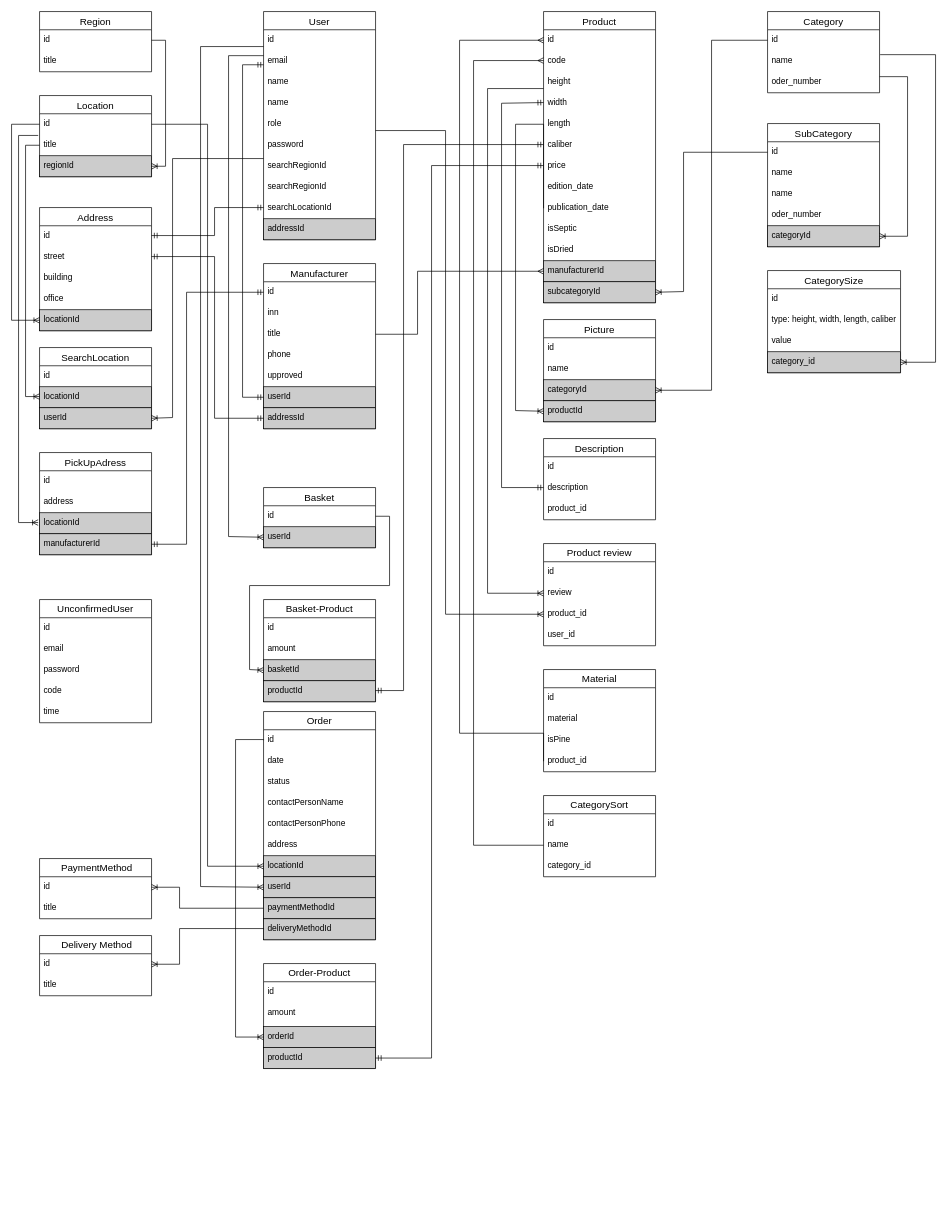
The draw.io diagram lesopilka.drawio in alexeyk500/lesopilka_backend, before the edit. Source tidied: cells renumbered, new cells numbered last; positions are measured from the earlier drawing's top-left corner, leaving out a move shared by most shapes. Both pictures are drawn from the tidied source at 70%, with x=0, y=0 at pixel (11, 11).
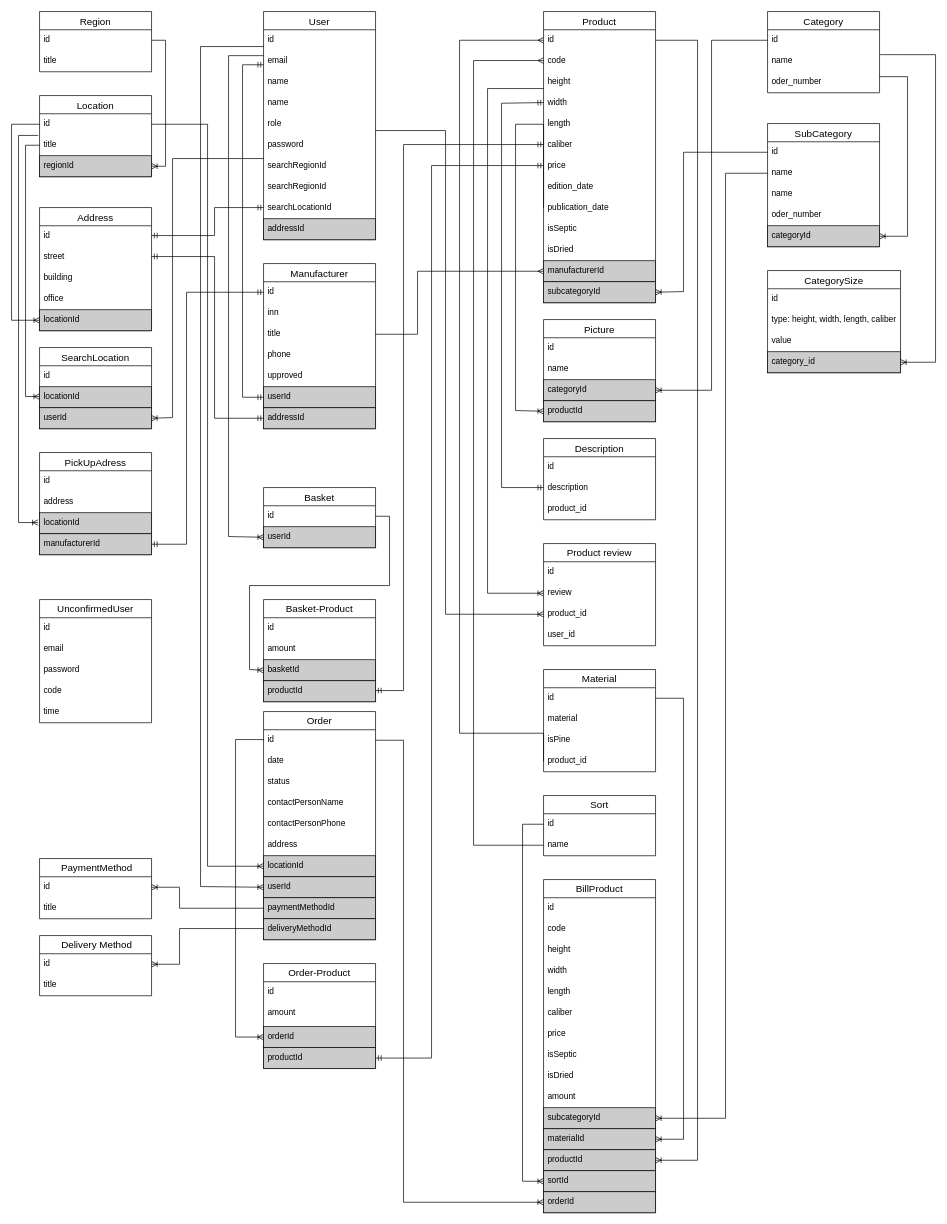
Above is the later version.

Commit message (it also covers changes not shown here):
add deliveryPrice to Order

The change refers to these unchanged cells:
```xml
<mxCell id="31" value="id" style="text;strokeColor=none;fillColor=none;spacingLeft=4;spacingRight=4;overflow=hidden;points=[[0,0.5],[1,0.5]];portConstraint=eastwest;fontSize=12;" parent="30" vertex="1">
  <mxGeometry y="26" width="160" height="30" as="geometry" />
</mxCell>
<mxCell id="51" value="name" style="text;strokeColor=none;fillColor=none;spacingLeft=4;spacingRight=4;overflow=hidden;points=[[0,0.5],[1,0.5]];portConstraint=eastwest;fontSize=12;" parent="49" vertex="1">
  <mxGeometry y="56" width="160" height="30" as="geometry" />
</mxCell>
<mxCell id="81" value="id" style="text;strokeColor=none;fillColor=none;spacingLeft=4;spacingRight=4;overflow=hidden;points=[[0,0.5],[1,0.5]];portConstraint=eastwest;fontSize=12;" parent="80" vertex="1">
  <mxGeometry y="26" width="160" height="30" as="geometry" />
</mxCell>
<mxCell id="96" value="id" style="text;strokeColor=none;fillColor=none;spacingLeft=4;spacingRight=4;overflow=hidden;points=[[0,0.5],[1,0.5]];portConstraint=eastwest;fontSize=12;" parent="95" vertex="1">
  <mxGeometry y="26" width="160" height="30" as="geometry" />
</mxCell>
<mxCell id="126" value="id" style="text;strokeColor=none;fillColor=none;spacingLeft=4;spacingRight=4;overflow=hidden;points=[[0,0.5],[1,0.5]];portConstraint=eastwest;fontSize=12;" parent="125" vertex="1">
  <mxGeometry y="26" width="160" height="30" as="geometry" />
</mxCell>
```

Diff of the diagram source:
```diff
@@
-    <mxCell id="80" value="CategorySort" style="swimlane;fontStyle=0;horizontal=1;startSize=26;align=center;fontSize=14;" parent="1" vertex="1">
-      <mxGeometry x="760" y="1120" width="160" height="116" as="geometry" />
+    <mxCell id="80" value="Sort" style="swimlane;fontStyle=0;horizontal=1;startSize=26;align=center;fontSize=14;" parent="1" vertex="1">
+      <mxGeometry x="760" y="1120" width="160" height="86" as="geometry" />
     </mxCell>
@@
-    <mxCell id="83" value="category_id" style="text;strokeColor=none;fillColor=none;spacingLeft=4;spacingRight=4;overflow=hidden;fontSize=12;" parent="80" vertex="1">
-      <mxGeometry y="86" width="160" height="30" as="geometry" />
-    </mxCell>
@@
+    <mxCell id="160" value="BillProduct" style="swimlane;fontStyle=0;horizontal=1;startSize=26;align=center;fontSize=14;" parent="1" vertex="1">
+      <mxGeometry x="760" y="1240" width="160" height="476" as="geometry" />
+    </mxCell>
+    <mxCell id="161" value="id" style="text;strokeColor=none;fillColor=none;spacingLeft=4;spacingRight=4;overflow=hidden;fontSize=12;" parent="160" vertex="1">
+      <mxGeometry y="26" width="160" height="30" as="geometry" />
+    </mxCell>
+    <mxCell id="162" value="code" style="text;strokeColor=none;fillColor=none;spacingLeft=4;spacingRight=4;overflow=hidden;fontSize=12;" parent="160" vertex="1">
+      <mxGeometry y="56" width="160" height="30" as="geometry" />
+    </mxCell>
+    <mxCell id="163" value="height" style="text;strokeColor=none;fillColor=none;spacingLeft=4;spacingRight=4;overflow=hidden;fontSize=12;" parent="160" vertex="1">
+      <mxGeometry y="86" width="160" height="30" as="geometry" />
+    </mxCell>
+    <mxCell id="164" value="width" style="text;strokeColor=none;fillColor=none;spacingLeft=4;spacingRight=4;overflow=hidden;fontSize=12;" parent="160" vertex="1">
+      <mxGeometry y="116" width="160" height="30" as="geometry" />
+    </mxCell>
+    <mxCell id="165" value="length" style="text;strokeColor=none;fillColor=none;spacingLeft=4;spacingRight=4;overflow=hidden;fontSize=12;" parent="160" vertex="1">
+      <mxGeometry y="146" width="160" height="30" as="geometry" />
+    </mxCell>
+    <mxCell id="166" value="caliber" style="text;strokeColor=none;fillColor=none;spacingLeft=4;spacingRight=4;overflow=hidden;fontSize=12;" parent="160" vertex="1">
+      <mxGeometry y="176" width="160" height="30" as="geometry" />
+    </mxCell>
+    <mxCell id="167" value="price" style="text;strokeColor=none;fillColor=none;spacingLeft=4;spacingRight=4;overflow=hidden;fontSize=12;" parent="160" vertex="1">
+      <mxGeometry y="206" width="160" height="30" as="geometry" />
+    </mxCell>
+    <mxCell id="168" value="isSeptic" style="text;strokeColor=none;fillColor=none;spacingLeft=4;spacingRight=4;overflow=hidden;fontSize=12;" parent="160" vertex="1">
+      <mxGeometry y="236" width="160" height="30" as="geometry" />
+    </mxCell>
+    <mxCell id="169" value="isDried" style="text;strokeColor=none;fillColor=none;spacingLeft=4;spacingRight=4;overflow=hidden;fontSize=12;" parent="160" vertex="1">
+      <mxGeometry y="266" width="160" height="30" as="geometry" />
+    </mxCell>
+    <mxCell id="170" value="amount" style="text;strokeColor=none;fillColor=none;spacingLeft=4;spacingRight=4;overflow=hidden;fontSize=12;" parent="160" vertex="1">
+      <mxGeometry y="296" width="160" height="30" as="geometry" />
+    </mxCell>
+    <mxCell id="171" value="subcategoryId" style="text;strokeColor=default;fillColor=#CCCCCC;spacingLeft=4;spacingRight=4;overflow=hidden;points=[[0,0.5],[1,0.5]];portConstraint=eastwest;fontSize=12;" parent="160" vertex="1">
+      <mxGeometry y="326" width="160" height="30" as="geometry" />
+    </mxCell>
+    <mxCell id="172" value="materialId" style="text;strokeColor=default;fillColor=#CCCCCC;spacingLeft=4;spacingRight=4;overflow=hidden;points=[[0,0.5],[1,0.5]];portConstraint=eastwest;fontSize=12;" parent="160" vertex="1">
+      <mxGeometry y="356" width="160" height="30" as="geometry" />
+    </mxCell>
+    <mxCell id="173" value="productId" style="text;strokeColor=default;fillColor=#CCCCCC;spacingLeft=4;spacingRight=4;overflow=hidden;points=[[0,0.5],[1,0.5]];portConstraint=eastwest;fontSize=12;" parent="160" vertex="1">
+      <mxGeometry y="386" width="160" height="30" as="geometry" />
+    </mxCell>
+    <mxCell id="174" value="sortId" style="text;strokeColor=default;fillColor=#CCCCCC;spacingLeft=4;spacingRight=4;overflow=hidden;points=[[0,0.5],[1,0.5]];portConstraint=eastwest;fontSize=12;" parent="160" vertex="1">
+      <mxGeometry y="416" width="160" height="30" as="geometry" />
+    </mxCell>
+    <mxCell id="175" value="orderId" style="text;strokeColor=default;fillColor=#CCCCCC;spacingLeft=4;spacingRight=4;overflow=hidden;points=[[0,0.5],[1,0.5]];portConstraint=eastwest;fontSize=12;" parent="160" vertex="1">
+      <mxGeometry y="446" width="160" height="30" as="geometry" />
+    </mxCell>
+    <mxCell id="176" style="edgeStyle=orthogonalEdgeStyle;fontSize=12;html=1;endArrow=ERoneToMany;rounded=0;exitX=0;exitY=0.5;exitDx=0;exitDy=0;entryX=1;entryY=0.5;entryDx=0;entryDy=0;" parent="1" edge="1" source="51" target="171">
+      <mxGeometry relative="1" as="geometry">
+        <Array as="points">
+          <mxPoint x="1020" y="231" />
+          <mxPoint x="1020" y="1581" />
+        </Array>
+      </mxGeometry>
+    </mxCell>
+    <mxCell id="177" style="edgeStyle=orthogonalEdgeStyle;fontSize=12;html=1;endArrow=ERoneToMany;rounded=0;exitX=1;exitY=0.5;exitDx=0;exitDy=0;entryX=1;entryY=0.5;entryDx=0;entryDy=0;" parent="1" edge="1" source="96" target="172">
+      <mxGeometry relative="1" as="geometry">
+        <Array as="points">
+          <mxPoint x="960" y="981" />
+          <mxPoint x="960" y="1611" />
+        </Array>
+      </mxGeometry>
+    </mxCell>
+    <mxCell id="178" style="edgeStyle=orthogonalEdgeStyle;fontSize=12;html=1;endArrow=ERoneToMany;rounded=0;entryX=0;entryY=0.5;entryDx=0;entryDy=0;" parent="1" edge="1" source="81" target="174">
+      <mxGeometry relative="1" as="geometry">
+        <Array as="points">
+          <mxPoint x="730" y="1161" />
+          <mxPoint x="730" y="1671" />
+        </Array>
+      </mxGeometry>
+    </mxCell>
+    <mxCell id="179" style="edgeStyle=orthogonalEdgeStyle;fontSize=12;html=1;endArrow=ERoneToMany;rounded=0;exitX=1;exitY=0.5;exitDx=0;exitDy=0;entryX=1;entryY=0.5;entryDx=0;entryDy=0;" parent="1" edge="1" source="31" target="173">
+      <mxGeometry relative="1" as="geometry">
+        <Array as="points">
+          <mxPoint x="980" y="41" />
+          <mxPoint x="980" y="1641" />
+        </Array>
+      </mxGeometry>
+    </mxCell>
+    <mxCell id="180" style="edgeStyle=orthogonalEdgeStyle;fontSize=12;html=1;endArrow=ERoneToMany;rounded=0;exitX=1;exitY=0.5;exitDx=0;exitDy=0;entryX=0;entryY=0.5;entryDx=0;entryDy=0;" parent="1" edge="1" source="126" target="175">
+      <mxGeometry relative="1" as="geometry">
+        <Array as="points">
+          <mxPoint x="560" y="1041" />
+          <mxPoint x="560" y="1701" />
+        </Array>
+      </mxGeometry>
+    </mxCell>
```
